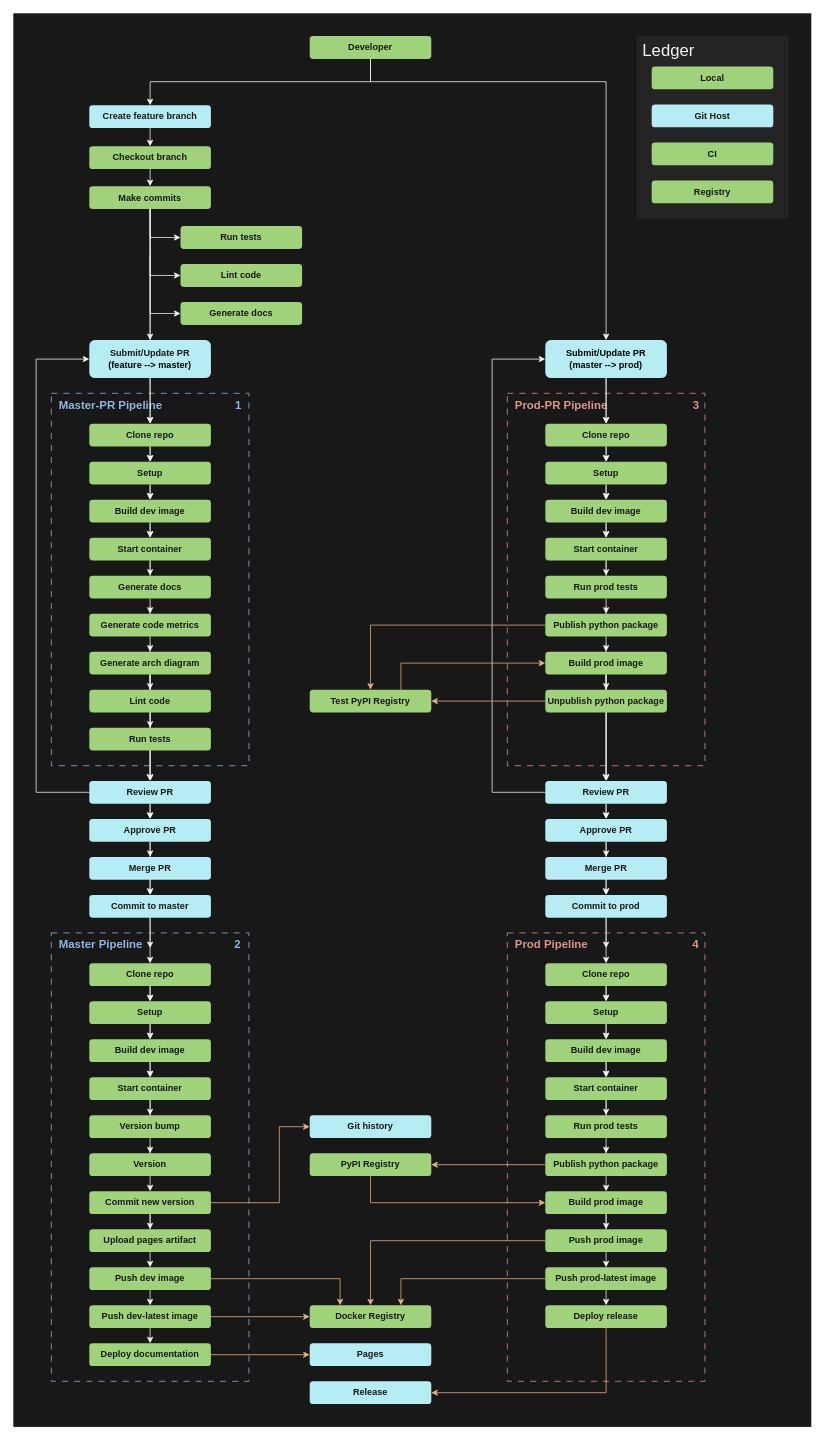
theNewFlesh/cookiecutter-datalus keeps this draw.io diagram as resources/ci.drawio. Above is the earlier version. Source tidied: cells renumbered, new cells numbered last; positions are measured from the earlier drawing's top-left corner, leaving out a move shared by most shapes. Both pictures are drawn from the tidied source at 76%, with x=0, y=0 at pixel (13, 13).
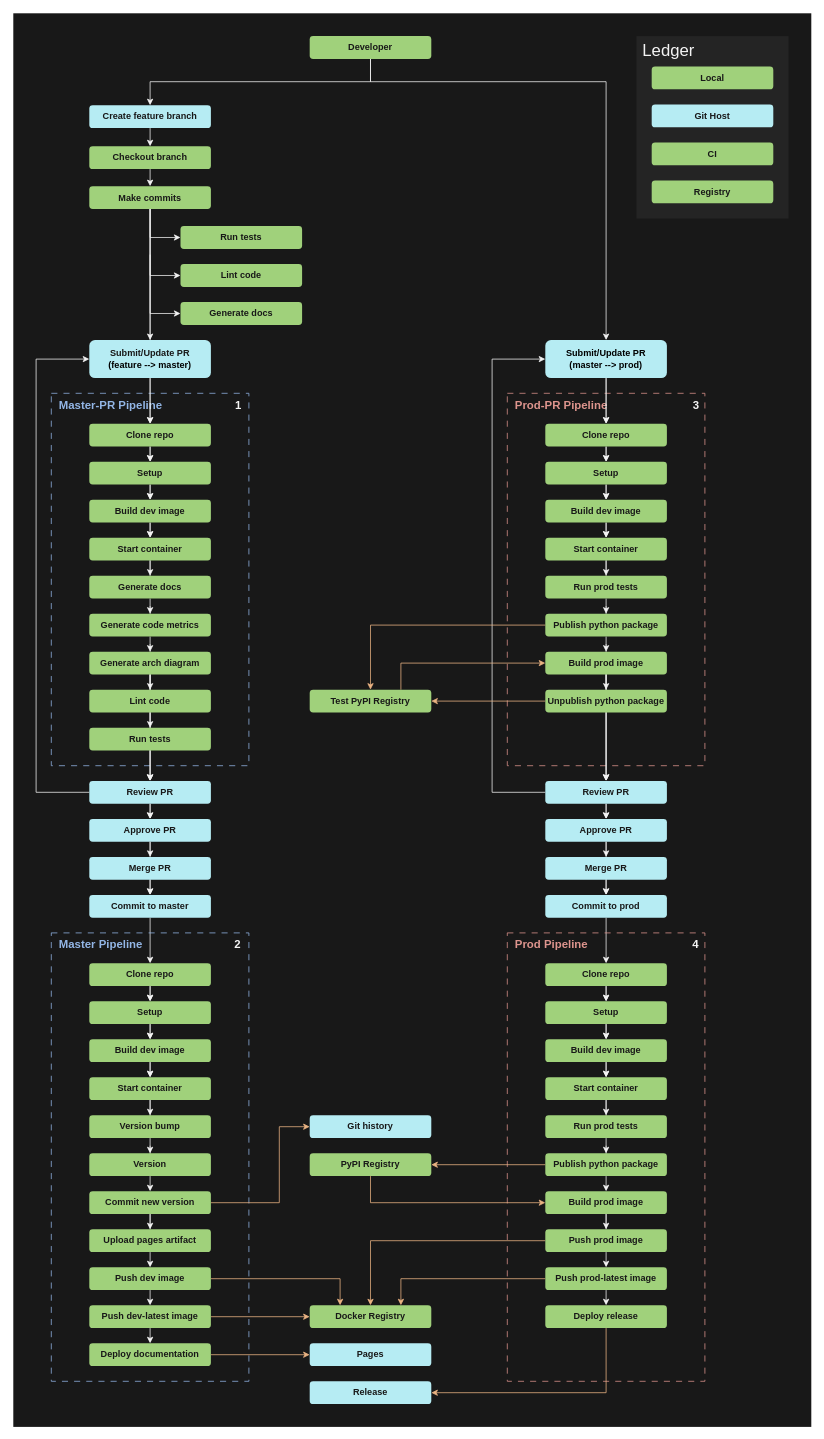
After the change.

Commit message (it also covers changes not shown here):
more diagram cleanup

The change refers to these unchanged cells:
```xml
<mxCell id="27" value="Commit to master" style="rounded=1;whiteSpace=wrap;html=1;fillColor=light-dark(#B6ECF3,#B6ECF3);strokeColor=none;fontColor=light-dark(#181818,#181818);fontStyle=1;" parent="4" vertex="1">
  <mxGeometry x="100" y="1160" width="160" height="30" as="geometry" />
</mxCell>
<mxCell id="52" value="Clone repo" style="rounded=1;whiteSpace=wrap;html=1;fillColor=light-dark(#A0D17B,#A0D17B);strokeColor=none;fontColor=light-dark(#181818,#181818);fontStyle=1;" parent="4" vertex="1">
  <mxGeometry x="100" y="1250" width="160" height="30" as="geometry" />
</mxCell>
<mxCell id="103" value="Commit to prod" style="rounded=1;whiteSpace=wrap;html=1;fillColor=light-dark(#B6ECF3,#B6ECF3);strokeColor=none;fontColor=light-dark(#181818,#181818);fontStyle=1;" parent="4" vertex="1">
  <mxGeometry x="700" y="1160" width="160" height="30" as="geometry" />
</mxCell>
<mxCell id="128" value="Clone repo" style="rounded=1;whiteSpace=wrap;html=1;fillColor=light-dark(#A0D17B,#A0D17B);strokeColor=none;fontColor=light-dark(#181818,#181818);fontStyle=1;" parent="4" vertex="1">
  <mxGeometry x="700" y="1250" width="160" height="30" as="geometry" />
</mxCell>
```

Change to the diagram source:
```diff
@@
-    <mxCell id="5" value="&amp;nbsp; Master-PR Pipeline&amp;nbsp; &amp;nbsp; &amp;nbsp; &amp;nbsp; &amp;nbsp; &amp;nbsp; &amp;nbsp; &amp;nbsp; &amp;nbsp; &amp;nbsp; &amp;nbsp; &amp;nbsp;&lt;font style=&quot;&quot;&gt;1&lt;/font&gt;" style="rounded=0;whiteSpace=wrap;html=1;fillColor=none;strokeColor=light-dark(#93B6E6,#93B6E6);fontColor=light-dark(#93B6E6,#93B6E6);fontStyle=1;dashed=1;dashPattern=8 8;align=left;verticalAlign=top;fontSize=15;" parent="4" vertex="1">
+    <mxCell id="5" value="&amp;nbsp; Master-PR Pipeline&amp;nbsp; &amp;nbsp; &amp;nbsp; &amp;nbsp; &amp;nbsp; &amp;nbsp; &amp;nbsp; &amp;nbsp; &amp;nbsp; &amp;nbsp; &amp;nbsp; &amp;nbsp;&lt;font style=&quot;color: light-dark(rgb(244, 244, 244), rgb(244, 244, 244));&quot;&gt;1&lt;/font&gt;" style="rounded=0;whiteSpace=wrap;html=1;fillColor=none;strokeColor=light-dark(#93B6E6,#93B6E6);fontColor=light-dark(#93B6E6,#93B6E6);fontStyle=1;dashed=1;dashPattern=8 8;align=left;verticalAlign=top;fontSize=15;" parent="4" vertex="1">
       <mxGeometry x="50" y="500" width="260" height="490" as="geometry" />
     </mxCell>
@@
-    <mxCell id="11" style="edgeStyle=none;rounded=0;html=1;strokeColor=light-dark(#F4F4F4,#F4F4F4);exitX=0.5;exitY=1;exitDx=0;exitDy=0;" parent="4" edge="1" source="27">
-      <mxGeometry relative="1" as="geometry">
-        <mxPoint x="180" y="1230" as="targetPoint" />
-      </mxGeometry>
+    <mxCell id="11" style="edgeStyle=none;rounded=0;html=1;strokeColor=light-dark(#F4F4F4,#F4F4F4);exitX=0.5;exitY=1;exitDx=0;exitDy=0;" parent="4" edge="1" source="27" target="52">
+      <mxGeometry relative="1" as="geometry" />
     </mxCell>
@@
-    <mxCell id="26" style="edgeStyle=none;html=1;strokeColor=light-dark(#F4F4F4,#F4F4F4);" parent="4" edge="1" source="27" target="52">
-      <mxGeometry relative="1" as="geometry" />
-    </mxCell>
@@
-    <mxCell id="48" value="&amp;nbsp; Master Pipeline&amp;nbsp; &amp;nbsp; &amp;nbsp; &amp;nbsp; &amp;nbsp; &amp;nbsp; &amp;nbsp; &amp;nbsp; &amp;nbsp; &amp;nbsp; &amp;nbsp; &amp;nbsp; &amp;nbsp; &amp;nbsp; &amp;nbsp;&lt;font style=&quot;&quot;&gt;2&lt;/font&gt;" style="rounded=0;whiteSpace=wrap;html=1;fillColor=none;strokeColor=light-dark(#93B6E6,#93B6E6);fontColor=light-dark(#93B6E6,#93B6E6);fontStyle=1;dashed=1;dashPattern=8 8;align=left;verticalAlign=top;fontSize=15;" parent="4" vertex="1">
+    <mxCell id="48" value="&amp;nbsp; Master Pipeline&amp;nbsp; &amp;nbsp; &amp;nbsp; &amp;nbsp; &amp;nbsp; &amp;nbsp; &amp;nbsp; &amp;nbsp; &amp;nbsp; &amp;nbsp; &amp;nbsp; &amp;nbsp; &amp;nbsp; &amp;nbsp; &amp;nbsp;&lt;font style=&quot;color: light-dark(rgb(244, 244, 244), rgb(244, 244, 244));&quot;&gt;2&lt;/font&gt;" style="rounded=0;whiteSpace=wrap;html=1;fillColor=none;strokeColor=light-dark(#93B6E6,#93B6E6);fontColor=light-dark(#93B6E6,#93B6E6);fontStyle=1;dashed=1;dashPattern=8 8;align=left;verticalAlign=top;fontSize=15;" parent="4" vertex="1">
       <mxGeometry x="50" y="1210" width="260" height="590" as="geometry" />
     </mxCell>
@@
-    <mxCell id="82" value="&amp;nbsp; Prod-PR Pipeline&amp;nbsp; &amp;nbsp; &amp;nbsp; &amp;nbsp; &amp;nbsp; &amp;nbsp; &amp;nbsp; &amp;nbsp; &amp;nbsp; &amp;nbsp; &amp;nbsp; &amp;nbsp; &amp;nbsp; &amp;nbsp;&lt;font style=&quot;&quot;&gt;3&lt;/font&gt;" style="rounded=0;whiteSpace=wrap;html=1;fillColor=none;strokeColor=light-dark(#DE958E,#DE958E);fontColor=light-dark(#DE958E,#DE958E);fontStyle=1;dashed=1;dashPattern=8 8;align=left;verticalAlign=top;fontSize=15;" parent="4" vertex="1">
+    <mxCell id="82" value="&amp;nbsp; Prod-PR Pipeline&amp;nbsp; &amp;nbsp; &amp;nbsp; &amp;nbsp; &amp;nbsp; &amp;nbsp; &amp;nbsp; &amp;nbsp; &amp;nbsp; &amp;nbsp; &amp;nbsp; &amp;nbsp; &amp;nbsp; &amp;nbsp;&lt;font style=&quot;color: light-dark(rgb(244, 244, 244), rgb(244, 244, 244));&quot;&gt;3&lt;/font&gt;" style="rounded=0;whiteSpace=wrap;html=1;fillColor=none;strokeColor=light-dark(#DE958E,#DE958E);fontColor=light-dark(#DE958E,#DE958E);fontStyle=1;dashed=1;dashPattern=8 8;align=left;verticalAlign=top;fontSize=15;" parent="4" vertex="1">
       <mxGeometry x="650" y="500" width="260" height="490" as="geometry" />
     </mxCell>
@@
-    <mxCell id="87" style="edgeStyle=none;rounded=0;html=1;strokeColor=light-dark(#F4F4F4,#F4F4F4);exitX=0.5;exitY=1;exitDx=0;exitDy=0;" parent="4" edge="1" source="103">
-      <mxGeometry relative="1" as="geometry">
-        <mxPoint x="780" y="1230" as="targetPoint" />
-      </mxGeometry>
+    <mxCell id="87" style="edgeStyle=none;rounded=0;html=1;strokeColor=light-dark(#F4F4F4,#F4F4F4);exitX=0.5;exitY=1;exitDx=0;exitDy=0;" parent="4" edge="1" source="103" target="128">
+      <mxGeometry relative="1" as="geometry" />
     </mxCell>
@@
-    <mxCell id="102" style="edgeStyle=none;html=1;strokeColor=light-dark(#F4F4F4,#F4F4F4);" parent="4" edge="1" source="103" target="128">
-      <mxGeometry relative="1" as="geometry" />
-    </mxCell>
@@
-    <mxCell id="124" value="&amp;nbsp; Prod Pipeline&amp;nbsp; &amp;nbsp; &amp;nbsp; &amp;nbsp; &amp;nbsp; &amp;nbsp; &amp;nbsp; &amp;nbsp; &amp;nbsp; &amp;nbsp; &amp;nbsp; &amp;nbsp; &amp;nbsp; &amp;nbsp; &amp;nbsp; &amp;nbsp; &amp;nbsp;&lt;font style=&quot;&quot;&gt;4&lt;/font&gt;" style="rounded=0;whiteSpace=wrap;html=1;fillColor=none;strokeColor=light-dark(#DE958E,#DE958E);fontColor=light-dark(#DE958E,#DE958E);fontStyle=1;dashed=1;dashPattern=8 8;align=left;verticalAlign=top;fontSize=15;" parent="4" vertex="1">
+    <mxCell id="124" value="&amp;nbsp; Prod Pipeline&amp;nbsp; &amp;nbsp; &amp;nbsp; &amp;nbsp; &amp;nbsp; &amp;nbsp; &amp;nbsp; &amp;nbsp; &amp;nbsp; &amp;nbsp; &amp;nbsp; &amp;nbsp; &amp;nbsp; &amp;nbsp; &amp;nbsp; &amp;nbsp; &amp;nbsp;&lt;font style=&quot;color: light-dark(rgb(244, 244, 244), rgb(244, 244, 244));&quot;&gt;4&lt;/font&gt;" style="rounded=0;whiteSpace=wrap;html=1;fillColor=none;strokeColor=light-dark(#DE958E,#DE958E);fontColor=light-dark(#DE958E,#DE958E);fontStyle=1;dashed=1;dashPattern=8 8;align=left;verticalAlign=top;fontSize=15;" parent="4" vertex="1">
       <mxGeometry x="650" y="1210" width="260" height="590" as="geometry" />
     </mxCell>
```
